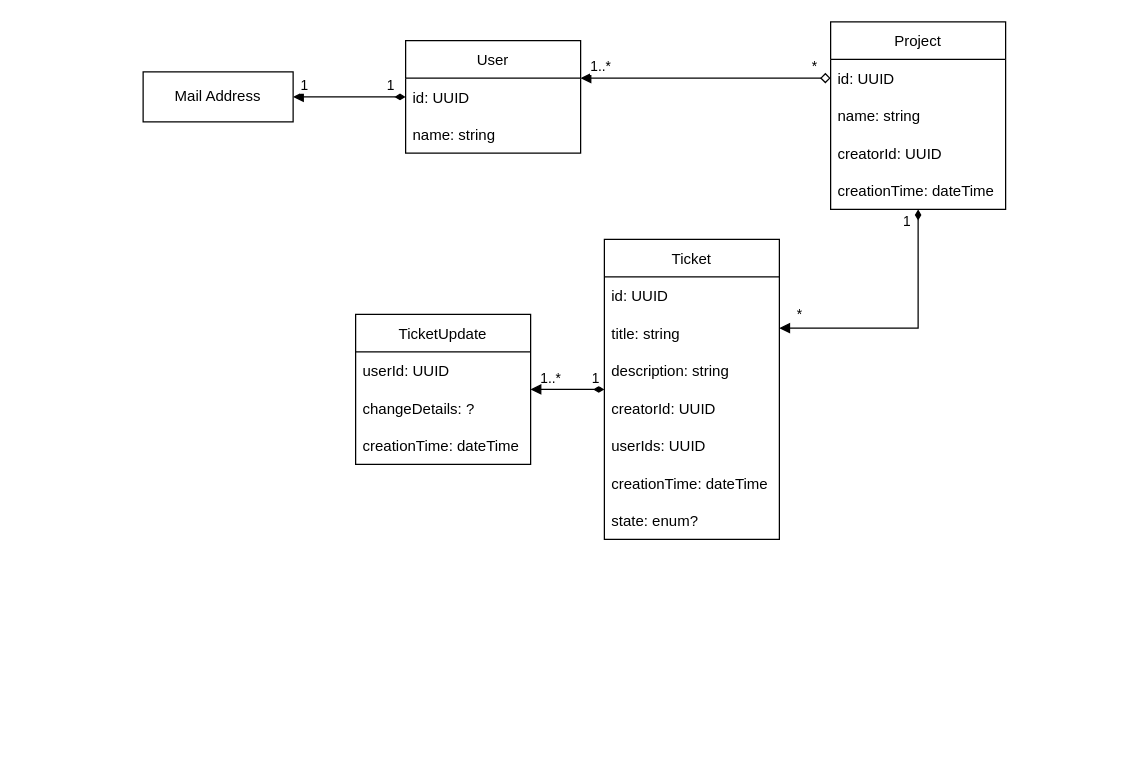
Before: doc/logical_data_model/logical_data_model.drawio in dkettner/ticketing-system, a draw.io diagram. Source tidied: cells renumbered, new cells numbered last; positions are measured from the earlier drawing's top-left corner, leaving out a move shared by most shapes. Both pictures are drawn from the tidied source at 125%, with x=0, y=0 at pixel (142, 21).
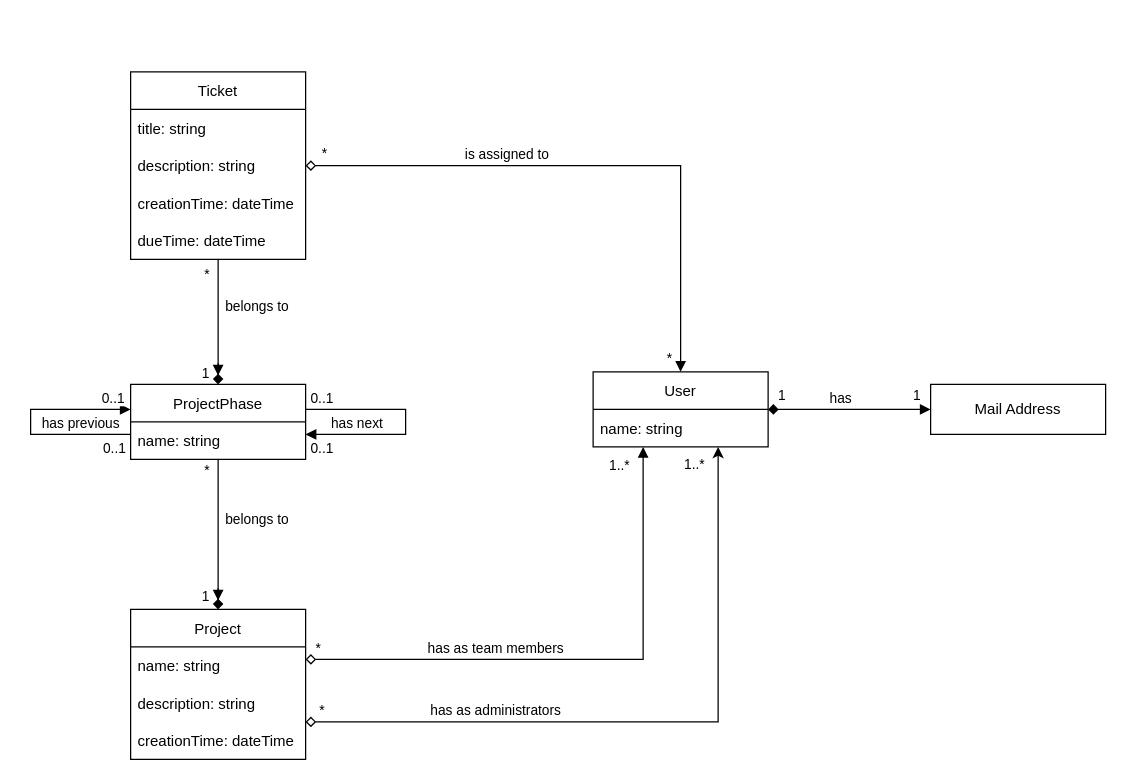
The same diagram, later.

Commit message (it also covers changes not shown here):
refactor(docs): complete overhaul of logical data model

The edit, as a diff of the source:
```diff
@@
     <mxCell id="2" style="edgeStyle=orthogonalEdgeStyle;rounded=0;jettySize=auto;html=1;endArrow=diamond;endFill=0;startArrow=block;startFill=1;" parent="1" edge="1" source="8" target="14">
       <mxGeometry relative="1" as="geometry">
         <Array as="points">
-          <mxPoint x="460" y="45" />
-          <mxPoint x="460" y="45" />
+          <mxPoint x="400" y="510" />
         </Array>
       </mxGeometry>
     </mxCell>
     <mxCell id="3" value="1..*" style="edgeLabel;html=1;align=center;verticalAlign=middle;" parent="2" vertex="1">
       <mxGeometry x="-0.74" y="1" relative="1" as="geometry">
-        <mxPoint x="-11" y="-9" as="offset" />
+        <mxPoint x="-21" y="-43" as="offset" />
       </mxGeometry>
     </mxCell>
     <mxCell id="4" value="*" style="edgeLabel;html=1;align=center;verticalAlign=middle;" parent="2" vertex="1">
       <mxGeometry x="0.76" y="-1" relative="1" as="geometry">
-        <mxPoint x="10" y="-11" as="offset" />
+        <mxPoint x="-44" y="-9" as="offset" />
       </mxGeometry>
     </mxCell>
+    <mxCell id="35" value="has as team members" style="edgeLabel;html=1;align=center;verticalAlign=middle;" parent="2" vertex="1">
+      <mxGeometry x="0.13" y="1" relative="1" as="geometry">
+        <mxPoint x="-40" y="-11" as="offset" />
+      </mxGeometry>
+    </mxCell>
-    <mxCell id="5" style="edgeStyle=orthogonalEdgeStyle;rounded=0;jettySize=auto;html=1;endArrow=block;endFill=1;startArrow=diamondThin;startFill=1;" parent="1" edge="1" source="8" target="30">
+    <mxCell id="5" style="edgeStyle=orthogonalEdgeStyle;rounded=0;jettySize=auto;html=1;endArrow=block;endFill=1;startArrow=diamond;startFill=1;" parent="1" edge="1" source="8" target="30">
       <mxGeometry relative="1" as="geometry" />
     </mxCell>
     <mxCell id="6" value="1" style="edgeLabel;html=1;align=center;verticalAlign=middle;" parent="5" vertex="1">
       <mxGeometry x="-0.64" relative="1" as="geometry">
-        <mxPoint x="3" y="-10" as="offset" />
+        <mxPoint x="-13" y="-12" as="offset" />
       </mxGeometry>
     </mxCell>
-    <mxCell id="7" value="1" style="edgeLabel;html=1;align=center;verticalAlign=middle;" parent="5" vertex="1">
+    <mxCell id="7" value="1" style="edgeLabel;html=1;align=center;verticalAlign=middle;labelBackgroundColor=none;" parent="5" vertex="1">
       <mxGeometry x="0.86" relative="1" as="geometry">
-        <mxPoint x="2" y="-10" as="offset" />
+        <mxPoint x="-3" y="-12" as="offset" />
       </mxGeometry>
     </mxCell>
+    <mxCell id="36" value="has" style="edgeLabel;html=1;align=center;verticalAlign=middle;" parent="5" vertex="1">
+      <mxGeometry x="-0.13" y="-1" relative="1" as="geometry">
+        <mxPoint y="-11" as="offset" />
+      </mxGeometry>
+    </mxCell>
     <mxCell id="8" value="User" style="swimlane;fontStyle=0;horizontal=1;startSize=30;" parent="1" vertex="1">
-      <mxGeometry x="210" y="15" width="140" height="90" as="geometry" />
+      <mxGeometry x="360" y="280" width="140" height="60" as="geometry" />
     </mxCell>
-    <mxCell id="9" value="id: UUID" style="text;strokeColor=none;fillColor=none;align=left;verticalAlign=middle;spacingLeft=4;spacingRight=4;overflow=hidden;" parent="8" vertex="1">
-      <mxGeometry y="30" width="140" height="30" as="geometry" />
-    </mxCell>
     <mxCell id="10" value="name: string" style="text;strokeColor=none;fillColor=none;align=left;verticalAlign=middle;spacingLeft=4;spacingRight=4;overflow=hidden;" parent="8" vertex="1">
-      <mxGeometry y="60" width="140" height="30" as="geometry" />
+      <mxGeometry y="30" width="140" height="30" as="geometry" />
     </mxCell>
-    <mxCell id="11" style="edgeStyle=orthogonalEdgeStyle;rounded=0;jettySize=auto;html=1;endArrow=block;endFill=1;startArrow=diamondThin;startFill=1;" parent="1" edge="1" source="14" target="22">
-      <mxGeometry relative="1" as="geometry">
-        <Array as="points">
-          <mxPoint x="620" y="245" />
-        </Array>
-      </mxGeometry>
-    </mxCell>
-    <mxCell id="12" value="1" style="edgeLabel;html=1;align=center;verticalAlign=middle;" parent="11" vertex="1">
-      <mxGeometry x="-0.66" y="-1" relative="1" as="geometry">
-        <mxPoint x="-9" y="-26" as="offset" />
-      </mxGeometry>
-    </mxCell>
-    <mxCell id="13" value="*" style="edgeLabel;html=1;align=center;verticalAlign=middle;" parent="11" vertex="1">
-      <mxGeometry x="0.73" y="-1" relative="1" as="geometry">
-        <mxPoint x="-13" y="-11" as="offset" />
-      </mxGeometry>
-    </mxCell>
+    <mxCell id="37" style="edgeStyle=orthogonalEdgeStyle;rounded=0;jettySize=auto;html=1;startArrow=diamond;startFill=0;" parent="1" edge="1" source="14" target="8">
+      <mxGeometry relative="1" as="geometry">
+        <Array as="points">
+          <mxPoint x="460" y="560" />
+        </Array>
+      </mxGeometry>
+    </mxCell>
+    <mxCell id="38" value="has as administrators" style="edgeLabel;html=1;align=center;verticalAlign=middle;" parent="37" vertex="1">
+      <mxGeometry x="-0.62" y="-1" relative="1" as="geometry">
+        <mxPoint x="46" y="-11" as="offset" />
+      </mxGeometry>
+    </mxCell>
+    <mxCell id="39" value="*" style="edgeLabel;html=1;align=center;verticalAlign=middle;" parent="37" vertex="1">
+      <mxGeometry x="-0.96" y="2" relative="1" as="geometry">
+        <mxPoint x="1" y="-8" as="offset" />
+      </mxGeometry>
+    </mxCell>
+    <mxCell id="21" value="1..*" style="edgeLabel;html=1;align=center;verticalAlign=middle;" parent="37" vertex="1">
+      <mxGeometry x="0.94" y="1" relative="1" as="geometry">
+        <mxPoint x="-19" y="-3" as="offset" />
+      </mxGeometry>
+    </mxCell>
     <mxCell id="14" value="Project" style="swimlane;fontStyle=0;horizontal=1;startSize=30;" parent="1" vertex="1">
-      <mxGeometry x="550" width="140" height="150" as="geometry" />
+      <mxGeometry x="-10" y="470" width="140" height="120" as="geometry" />
     </mxCell>
-    <mxCell id="15" value="id: UUID" style="text;strokeColor=none;fillColor=none;align=left;verticalAlign=middle;spacingLeft=4;spacingRight=4;overflow=hidden;" parent="14" vertex="1">
-      <mxGeometry y="30" width="140" height="30" as="geometry" />
-    </mxCell>
     <mxCell id="16" value="name: string" style="text;strokeColor=none;fillColor=none;align=left;verticalAlign=middle;spacingLeft=4;spacingRight=4;overflow=hidden;" parent="14" vertex="1">
-      <mxGeometry y="60" width="140" height="30" as="geometry" />
+      <mxGeometry y="30" width="140" height="30" as="geometry" />
     </mxCell>
-    <mxCell id="17" value="creatorId: UUID" style="text;strokeColor=none;fillColor=none;align=left;verticalAlign=middle;spacingLeft=4;spacingRight=4;overflow=hidden;" parent="14" vertex="1">
-      <mxGeometry y="90" width="140" height="30" as="geometry" />
-    </mxCell>
+    <mxCell id="40" value="description: string" style="text;strokeColor=none;fillColor=none;align=left;verticalAlign=middle;spacingLeft=4;spacingRight=4;overflow=hidden;" parent="14" vertex="1">
+      <mxGeometry y="60" width="140" height="30" as="geometry" />
+    </mxCell>
     <mxCell id="18" value="creationTime: dateTime" style="text;strokeColor=none;fillColor=none;align=left;verticalAlign=middle;spacingLeft=4;spacingRight=4;overflow=hidden;" parent="14" vertex="1">
-      <mxGeometry y="120" width="140" height="30" as="geometry" />
+      <mxGeometry y="90" width="140" height="30" as="geometry" />
     </mxCell>
-    <mxCell id="19" style="edgeStyle=orthogonalEdgeStyle;rounded=0;jettySize=auto;html=1;startArrow=diamondThin;startFill=1;endArrow=block;endFill=1;" parent="1" edge="1" source="22" target="31">
-      <mxGeometry relative="1" as="geometry" />
-    </mxCell>
-    <mxCell id="20" value="1" style="edgeLabel;html=1;align=center;verticalAlign=middle;" parent="19" vertex="1">
-      <mxGeometry x="-0.74" y="-1" relative="1" as="geometry">
-        <mxPoint y="-9" as="offset" />
-      </mxGeometry>
-    </mxCell>
-    <mxCell id="21" value="1..*" style="edgeLabel;html=1;align=center;verticalAlign=middle;labelBackgroundColor=none;" parent="19" vertex="1">
-      <mxGeometry x="0.33" y="-1" relative="1" as="geometry">
-        <mxPoint x="-5" y="-9" as="offset" />
-      </mxGeometry>
-    </mxCell>
+    <mxCell id="41" style="edgeStyle=orthogonalEdgeStyle;rounded=0;jettySize=auto;html=1;startArrow=diamond;startFill=0;endArrow=block;endFill=1;" parent="1" edge="1" source="22" target="8">
+      <mxGeometry relative="1" as="geometry" />
+    </mxCell>
+    <mxCell id="42" value="is assigned to" style="edgeLabel;html=1;align=center;verticalAlign=middle;" parent="41" vertex="1">
+      <mxGeometry x="-0.14" y="-2" relative="1" as="geometry">
+        <mxPoint x="-40" y="-12" as="offset" />
+      </mxGeometry>
+    </mxCell>
+    <mxCell id="43" value="*" style="edgeLabel;html=1;align=center;verticalAlign=middle;" parent="41" vertex="1">
+      <mxGeometry x="-0.93" y="1" relative="1" as="geometry">
+        <mxPoint x="-2" y="-10" as="offset" />
+      </mxGeometry>
+    </mxCell>
+    <mxCell id="44" value="*" style="edgeLabel;html=1;align=center;verticalAlign=middle;" parent="41" vertex="1">
+      <mxGeometry x="0.89" y="-3" relative="1" as="geometry">
+        <mxPoint x="-7" y="14" as="offset" />
+      </mxGeometry>
+    </mxCell>
+    <mxCell id="45" style="edgeStyle=orthogonalEdgeStyle;rounded=0;jettySize=auto;html=1;startArrow=none;startFill=0;endArrow=diamond;endFill=1;" parent="1" edge="1" source="22" target="54">
+      <mxGeometry relative="1" as="geometry">
+        <Array as="points">
+          <mxPoint x="60" y="280" />
+          <mxPoint x="60" y="280" />
+        </Array>
+      </mxGeometry>
+    </mxCell>
+    <mxCell id="46" value="*" style="edgeLabel;html=1;align=center;verticalAlign=middle;" parent="45" vertex="1">
+      <mxGeometry x="-0.78" y="4" relative="1" as="geometry">
+        <mxPoint x="-14" as="offset" />
+      </mxGeometry>
+    </mxCell>
+    <mxCell id="47" value="1" style="edgeLabel;html=1;align=center;verticalAlign=middle;" parent="45" vertex="1">
+      <mxGeometry x="0.83" relative="1" as="geometry">
+        <mxPoint x="-11" y="-2" as="offset" />
+      </mxGeometry>
+    </mxCell>
+    <mxCell id="48" value="belongs to" style="edgeLabel;html=1;align=center;verticalAlign=middle;" parent="45" vertex="1">
+      <mxGeometry x="-0.26" y="2" relative="1" as="geometry">
+        <mxPoint x="28" as="offset" />
+      </mxGeometry>
+    </mxCell>
     <mxCell id="22" value="Ticket" style="swimlane;fontStyle=0;horizontal=1;startSize=30;" parent="1" vertex="1">
-      <mxGeometry x="369" y="174" width="140" height="240" as="geometry" />
+      <mxGeometry x="-10" y="40" width="140" height="150" as="geometry" />
     </mxCell>
-    <mxCell id="23" value="id: UUID" style="text;strokeColor=none;fillColor=none;align=left;verticalAlign=middle;spacingLeft=4;spacingRight=4;overflow=hidden;" parent="22" vertex="1">
-      <mxGeometry y="30" width="140" height="30" as="geometry" />
-    </mxCell>
     <mxCell id="24" value="title: string" style="text;strokeColor=none;fillColor=none;align=left;verticalAlign=middle;spacingLeft=4;spacingRight=4;overflow=hidden;" parent="22" vertex="1">
-      <mxGeometry y="60" width="140" height="30" as="geometry" />
+      <mxGeometry y="30" width="140" height="30" as="geometry" />
     </mxCell>
     <mxCell id="25" value="description: string" style="text;strokeColor=none;fillColor=none;align=left;verticalAlign=middle;spacingLeft=4;spacingRight=4;overflow=hidden;" parent="22" vertex="1">
-      <mxGeometry y="90" width="140" height="30" as="geometry" />
+      <mxGeometry y="60" width="140" height="30" as="geometry" />
     </mxCell>
-    <mxCell id="26" value="creatorId: UUID" style="text;strokeColor=none;fillColor=none;align=left;verticalAlign=middle;spacingLeft=4;spacingRight=4;overflow=hidden;" parent="22" vertex="1">
-      <mxGeometry y="120" width="140" height="30" as="geometry" />
-    </mxCell>
-    <mxCell id="27" value="userIds: UUID" style="text;strokeColor=none;fillColor=none;align=left;verticalAlign=middle;spacingLeft=4;spacingRight=4;overflow=hidden;" parent="22" vertex="1">
-      <mxGeometry y="150" width="140" height="30" as="geometry" />
-    </mxCell>
     <mxCell id="28" value="creationTime: dateTime" style="text;strokeColor=none;fillColor=none;align=left;verticalAlign=middle;spacingLeft=4;spacingRight=4;overflow=hidden;" parent="22" vertex="1">
-      <mxGeometry y="180" width="140" height="30" as="geometry" />
+      <mxGeometry y="90" width="140" height="30" as="geometry" />
     </mxCell>
-    <mxCell id="29" value="state: enum?" style="text;strokeColor=none;fillColor=none;align=left;verticalAlign=middle;spacingLeft=4;spacingRight=4;overflow=hidden;" parent="22" vertex="1">
-      <mxGeometry y="210" width="140" height="30" as="geometry" />
-    </mxCell>
+    <mxCell id="49" value="dueTime: dateTime" style="text;strokeColor=none;fillColor=none;align=left;verticalAlign=middle;spacingLeft=4;spacingRight=4;overflow=hidden;" parent="22" vertex="1">
+      <mxGeometry y="120" width="140" height="30" as="geometry" />
+    </mxCell>
     <mxCell id="30" value="Mail Address" style="rounded=0;whiteSpace=wrap;html=1;" parent="1" vertex="1">
-      <mxGeometry y="40" width="120" height="40" as="geometry" />
+      <mxGeometry x="630" y="290" width="140" height="40" as="geometry" />
     </mxCell>
-    <mxCell id="31" value="TicketUpdate" style="swimlane;fontStyle=0;horizontal=1;startSize=30;" parent="1" vertex="1">
-      <mxGeometry x="170" y="234" width="140" height="120" as="geometry" />
-    </mxCell>
-    <mxCell id="32" value="userId: UUID" style="text;strokeColor=none;fillColor=none;align=left;verticalAlign=middle;spacingLeft=4;spacingRight=4;overflow=hidden;" parent="31" vertex="1">
-      <mxGeometry y="30" width="140" height="30" as="geometry" />
-    </mxCell>
-    <mxCell id="33" value="changeDetails: ?" style="text;strokeColor=none;fillColor=none;align=left;verticalAlign=middle;spacingLeft=4;spacingRight=4;overflow=hidden;" parent="31" vertex="1">
-      <mxGeometry y="60" width="140" height="30" as="geometry" />
-    </mxCell>
-    <mxCell id="34" value="creationTime: dateTime" style="text;strokeColor=none;fillColor=none;align=left;verticalAlign=middle;spacingLeft=4;spacingRight=4;overflow=hidden;" parent="31" vertex="1">
-      <mxGeometry y="90" width="140" height="30" as="geometry" />
-    </mxCell>
+    <mxCell id="50" style="edgeStyle=orthogonalEdgeStyle;rounded=0;jettySize=auto;html=1;startArrow=none;startFill=0;endArrow=diamond;endFill=1;" parent="1" edge="1" source="54" target="14">
+      <mxGeometry relative="1" as="geometry" />
+    </mxCell>
+    <mxCell id="51" value="*" style="edgeLabel;html=1;align=center;verticalAlign=middle;" parent="50" vertex="1">
+      <mxGeometry x="-0.86" y="-1" relative="1" as="geometry">
+        <mxPoint x="-9" as="offset" />
+      </mxGeometry>
+    </mxCell>
+    <mxCell id="52" value="1" style="edgeLabel;html=1;align=center;verticalAlign=middle;" parent="50" vertex="1">
+      <mxGeometry x="0.83" y="1" relative="1" as="geometry">
+        <mxPoint x="-12" y="-1" as="offset" />
+      </mxGeometry>
+    </mxCell>
+    <mxCell id="53" value="belongs to" style="edgeLabel;html=1;align=center;verticalAlign=middle;" parent="50" vertex="1">
+      <mxGeometry x="-0.21" y="2" relative="1" as="geometry">
+        <mxPoint x="28" as="offset" />
+      </mxGeometry>
+    </mxCell>
+    <mxCell id="54" value="ProjectPhase" style="swimlane;fontStyle=0;horizontal=1;startSize=30;labelBackgroundColor=none;fillColor=none;" parent="1" vertex="1">
+      <mxGeometry x="-10" y="290" width="140" height="60" as="geometry" />
+    </mxCell>
+    <mxCell id="55" value="name: string" style="text;strokeColor=none;fillColor=none;align=left;verticalAlign=middle;spacingLeft=4;spacingRight=4;overflow=hidden;labelBackgroundColor=none;" parent="54" vertex="1">
+      <mxGeometry y="30" width="140" height="30" as="geometry" />
+    </mxCell>
+    <mxCell id="56" style="endArrow=block;html=1;rounded=0;endFill=1;" parent="1" edge="1">
+      <mxGeometry relative="1" as="geometry">
+        <mxPoint x="60" y="453" as="sourcePoint" />
+        <mxPoint x="60" y="463" as="targetPoint" />
+      </mxGeometry>
+    </mxCell>
+    <mxCell id="57" style="endArrow=block;html=1;rounded=0;endFill=1;" parent="1" edge="1">
+      <mxGeometry relative="1" as="geometry">
+        <mxPoint x="60" y="273" as="sourcePoint" />
+        <mxPoint x="60" y="283" as="targetPoint" />
+      </mxGeometry>
+    </mxCell>
+    <mxCell id="58" style="edgeStyle=orthogonalEdgeStyle;rounded=0;orthogonalLoop=1;jettySize=auto;html=1;startArrow=none;startFill=0;endArrow=block;endFill=1;" parent="1" edge="1" source="54" target="54">
+      <mxGeometry relative="1" as="geometry">
+        <Array as="points">
+          <mxPoint x="210" y="320" />
+        </Array>
+      </mxGeometry>
+    </mxCell>
+    <mxCell id="59" value="has next" style="edgeLabel;html=1;align=center;verticalAlign=middle;" parent="58" vertex="1">
+      <mxGeometry x="-0.45" y="-1" relative="1" as="geometry">
+        <mxPoint x="-10" y="9" as="offset" />
+      </mxGeometry>
+    </mxCell>
+    <mxCell id="60" value="0..1" style="edgeLabel;html=1;align=center;verticalAlign=middle;" parent="58" vertex="1">
+      <mxGeometry x="-0.89" y="1" relative="1" as="geometry">
+        <mxPoint x="2" y="-9" as="offset" />
+      </mxGeometry>
+    </mxCell>
+    <mxCell id="61" value="0..1" style="edgeLabel;html=1;align=center;verticalAlign=middle;" parent="58" vertex="1">
+      <mxGeometry x="-0.89" y="1" relative="1" as="geometry">
+        <mxPoint x="2" y="31" as="offset" />
+      </mxGeometry>
+    </mxCell>
+    <mxCell id="62" style="edgeStyle=orthogonalEdgeStyle;rounded=0;orthogonalLoop=1;jettySize=auto;html=1;startArrow=block;startFill=1;endArrow=none;endFill=0;" parent="1" edge="1" source="54" target="54">
+      <mxGeometry relative="1" as="geometry">
+        <Array as="points">
+          <mxPoint x="-90" y="320" />
+        </Array>
+      </mxGeometry>
+    </mxCell>
+    <mxCell id="63" value="has previous" style="edgeLabel;html=1;align=center;verticalAlign=middle;" parent="62" vertex="1">
+      <mxGeometry x="-0.54" y="-3" relative="1" as="geometry">
+        <mxPoint y="13" as="offset" />
+      </mxGeometry>
+    </mxCell>
+    <mxCell id="64" value="0..1" style="edgeLabel;html=1;align=center;verticalAlign=middle;" parent="62" vertex="1">
+      <mxGeometry x="0.84" y="1" relative="1" as="geometry">
+        <mxPoint y="11" as="offset" />
+      </mxGeometry>
+    </mxCell>
+    <mxCell id="65" value="0..1" style="edgeLabel;html=1;align=center;verticalAlign=middle;" parent="62" vertex="1">
+      <mxGeometry x="0.84" y="1" relative="1" as="geometry">
+        <mxPoint x="-1" y="-29" as="offset" />
+      </mxGeometry>
+    </mxCell>
```
